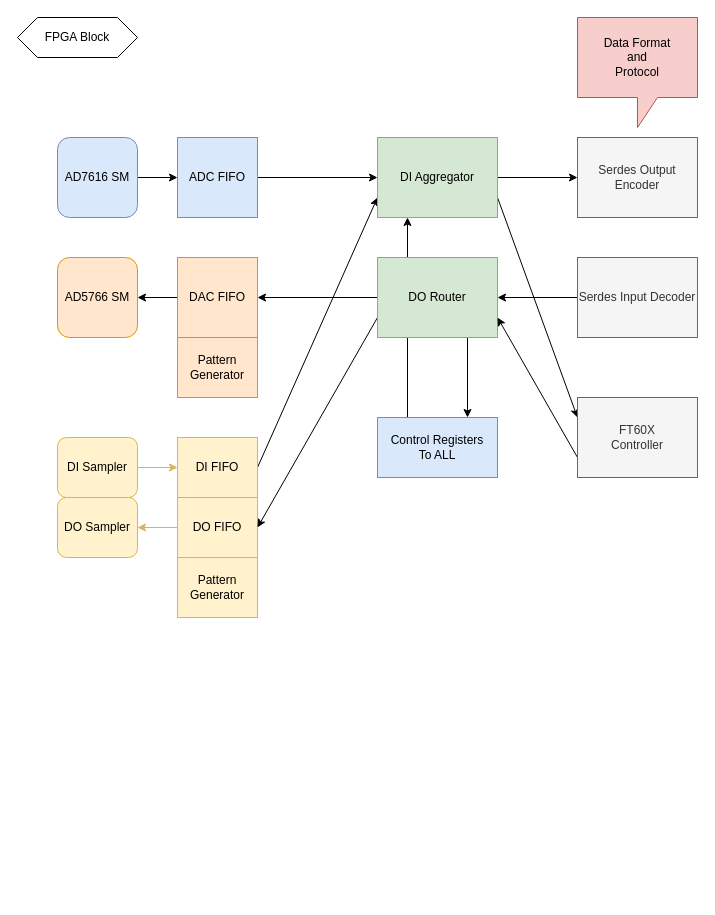
Above: docs/subtitles/Expander2/BlockDiag02.dio in tzechienchu/mynotes (draw.io), before the change. Source tidied: cells renumbered, new cells numbered last; positions are measured from the earlier drawing's top-left corner, leaving out a move shared by most shapes. Both pictures are drawn from the tidied source at 100%, with x=0, y=0 at pixel (17, 17).
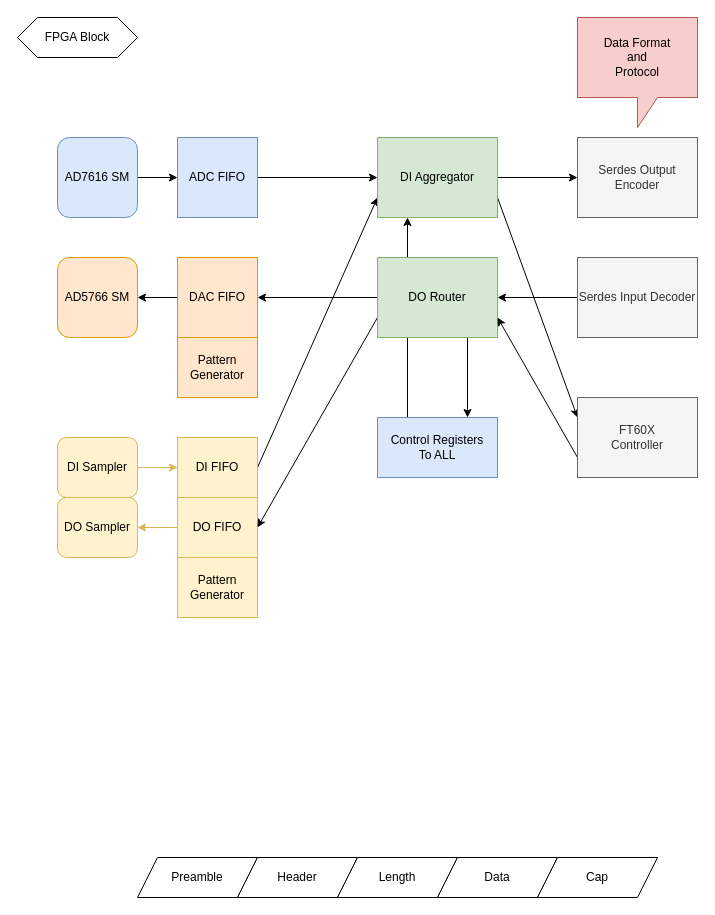
After the change.

The edit, as a diff of the source:
```diff
@@
+    <mxCell id="34" value="Preamble" style="shape=parallelogram;perimeter=parallelogramPerimeter;whiteSpace=wrap;html=1;fixedSize=1;" parent="1" vertex="1">
+      <mxGeometry x="120" y="840" width="120" height="40" as="geometry" />
+    </mxCell>
+    <mxCell id="35" value="Header" style="shape=parallelogram;perimeter=parallelogramPerimeter;whiteSpace=wrap;html=1;fixedSize=1;" parent="1" vertex="1">
+      <mxGeometry x="220" y="840" width="120" height="40" as="geometry" />
+    </mxCell>
+    <mxCell id="36" value="Length" style="shape=parallelogram;perimeter=parallelogramPerimeter;whiteSpace=wrap;html=1;fixedSize=1;" parent="1" vertex="1">
+      <mxGeometry x="320" y="840" width="120" height="40" as="geometry" />
+    </mxCell>
+    <mxCell id="37" value="Data" style="shape=parallelogram;perimeter=parallelogramPerimeter;whiteSpace=wrap;html=1;fixedSize=1;" parent="1" vertex="1">
+      <mxGeometry x="420" y="840" width="120" height="40" as="geometry" />
+    </mxCell>
+    <mxCell id="38" value="Cap" style="shape=parallelogram;perimeter=parallelogramPerimeter;whiteSpace=wrap;html=1;fixedSize=1;" parent="1" vertex="1">
+      <mxGeometry x="520" y="840" width="120" height="40" as="geometry" />
+    </mxCell>
```
